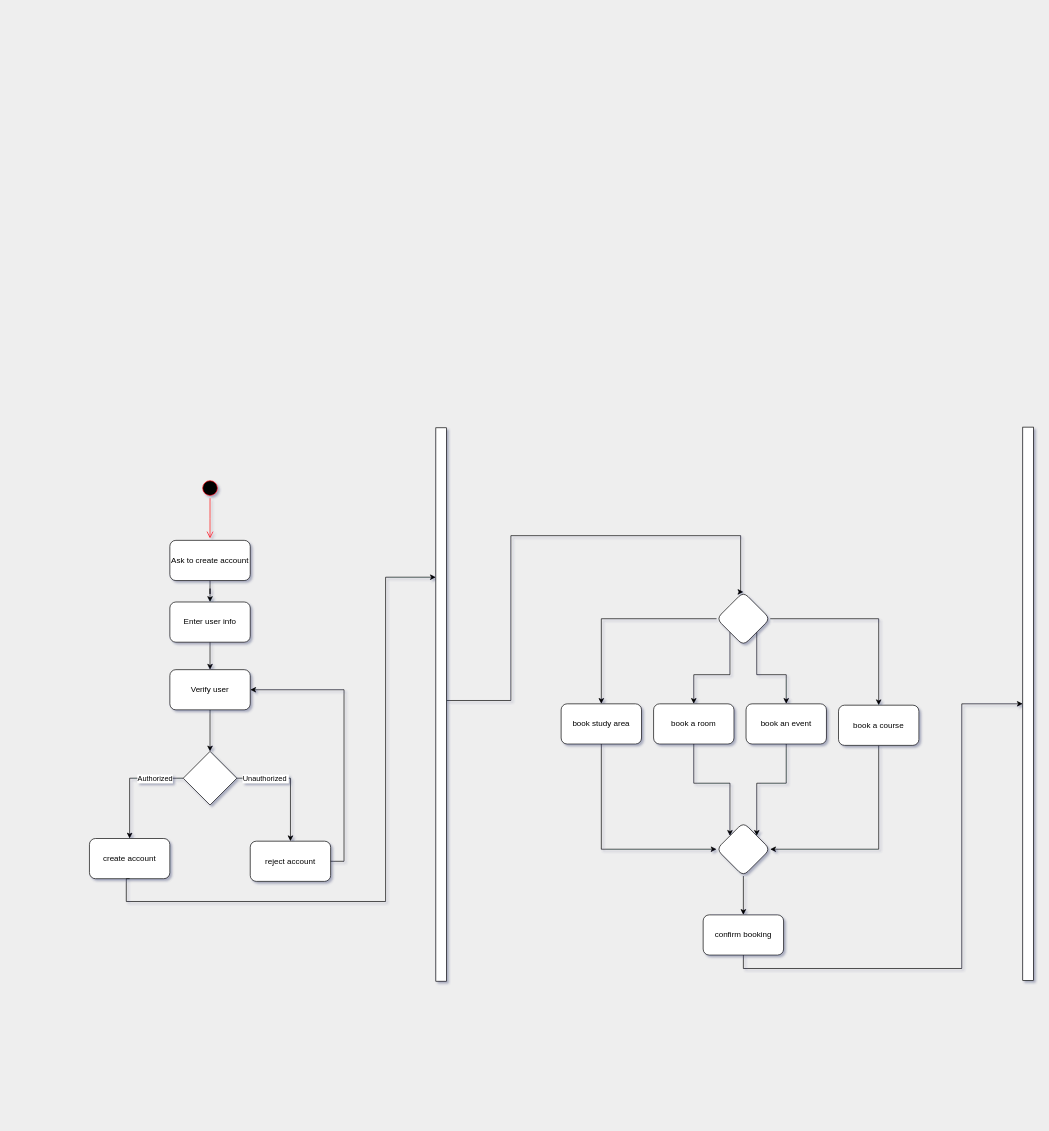
hassancodeanwar/Python_Pojects keeps this draw.io diagram as SchoolMSCalssDiagram.drawio. Above is the earlier version. Source tidied: cells renumbered, new cells numbered last; positions are measured from the earlier drawing's top-left corner, leaving out a move shared by most shapes. Both pictures are drawn from the tidied source at 67%, with x=0, y=0 at pixel (89, 427).
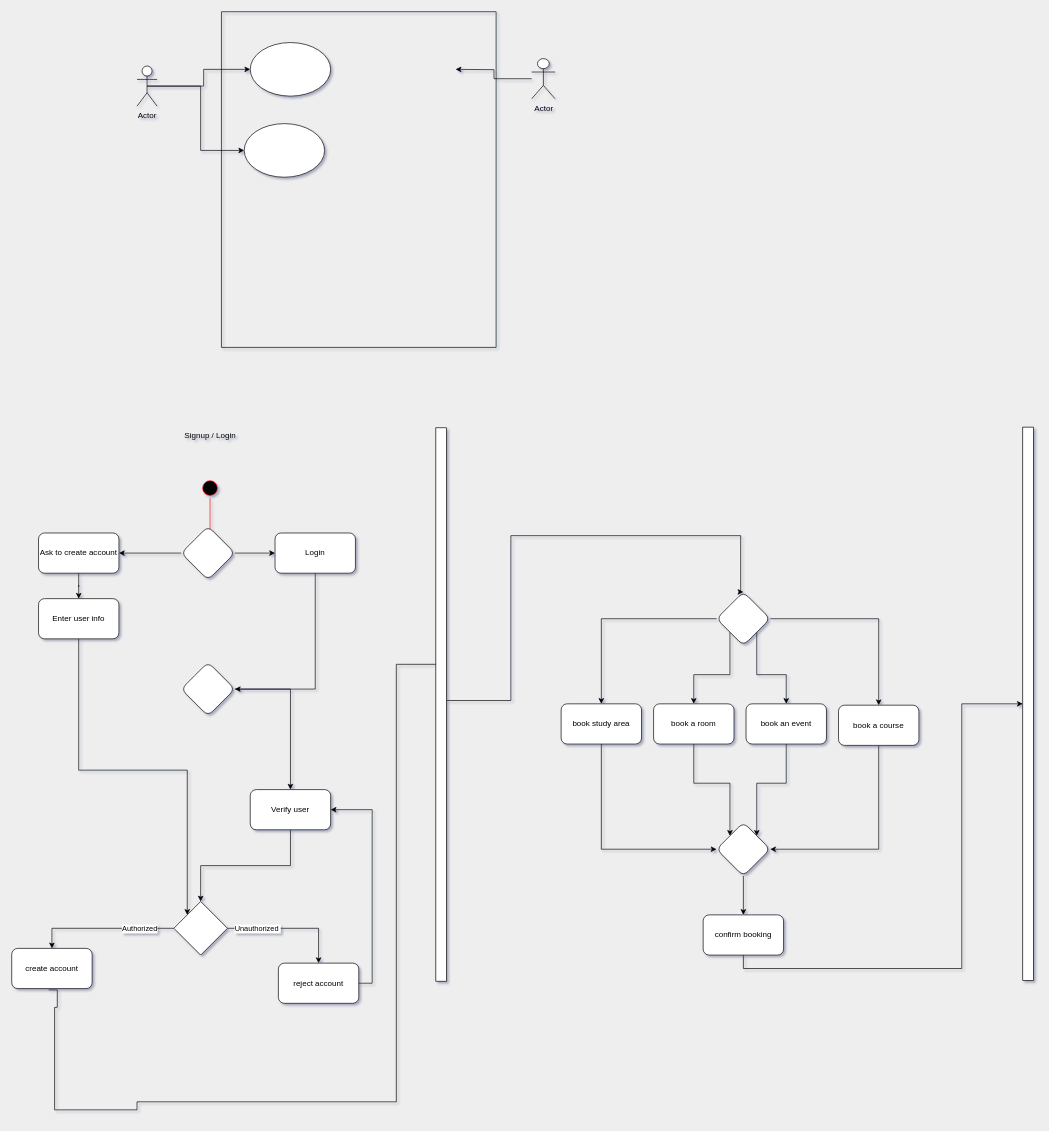
The same page after the edit.

Unchanged cells that the change refers to:
```xml
<mxCell id="37" style="html=1;points=[[0,0,0,0,5],[0,1,0,0,-5],[1,0,0,0,5],[1,1,0,0,-5]];perimeter=orthogonalPerimeter;outlineConnect=0;targetShapes=umlLifeline;portConstraint=eastwest;newEdgeStyle={&quot;curved&quot;:0,&quot;rounded&quot;:0};" parent="1" vertex="1">
  <mxGeometry x="517" y="1" width="16" height="826" as="geometry" />
</mxCell>
```

The edit, as a diff of the source:
```diff
@@
     <mxCell id="5" value="Ask to create account" style="rounded=1;whiteSpace=wrap;html=1;" parent="1" vertex="1">
-      <mxGeometry x="120" y="169" width="120" height="60" as="geometry" />
+      <mxGeometry x="-76" y="158" width="120" height="60" as="geometry" />
     </mxCell>
-    <mxCell id="6" style="edgeStyle=orthogonalEdgeStyle;rounded=0;jettySize=auto;html=1;exitX=0.5;exitY=1;exitDx=0;exitDy=0;" parent="1" edge="1" source="7" target="9">
+    <mxCell id="6" style="edgeStyle=orthogonalEdgeStyle;rounded=0;jettySize=auto;html=1;exitX=0.5;exitY=1;exitDx=0;exitDy=0;entryX=0;entryY=0;entryDx=0;entryDy=0;" parent="1" edge="1" source="7" target="14">
       <mxGeometry relative="1" as="geometry" />
     </mxCell>
     <mxCell id="7" value="Enter user info" style="rounded=1;whiteSpace=wrap;html=1;" parent="1" vertex="1">
-      <mxGeometry x="120" y="261" width="120" height="60" as="geometry" />
+      <mxGeometry x="-76" y="256" width="120" height="60" as="geometry" />
     </mxCell>
@@
     <mxCell id="9" value="Verify user" style="rounded=1;whiteSpace=wrap;html=1;" parent="1" vertex="1">
-      <mxGeometry x="120" y="362" width="120" height="60" as="geometry" />
+      <mxGeometry x="240" y="541" width="120" height="60" as="geometry" />
     </mxCell>
@@
     <mxCell id="14" style="rhombus;whiteSpace=wrap;html=1;" parent="1" vertex="1">
-      <mxGeometry x="140" y="484" width="80" height="80" as="geometry" />
+      <mxGeometry x="126" y="708" width="80" height="80" as="geometry" />
     </mxCell>
     <mxCell id="15" value="create account" style="rounded=1;whiteSpace=wrap;html=1;" parent="1" vertex="1">
-      <mxGeometry y="614" width="120" height="60" as="geometry" />
+      <mxGeometry x="-116" y="778" width="120" height="60" as="geometry" />
     </mxCell>
     <mxCell id="16" value="reject account" style="rounded=1;whiteSpace=wrap;html=1;" parent="1" vertex="1">
-      <mxGeometry x="240" y="618" width="120" height="60" as="geometry" />
+      <mxGeometry x="282" y="800" width="120" height="60" as="geometry" />
     </mxCell>
@@
-    <mxCell id="35" style="edgeStyle=orthogonalEdgeStyle;rounded=0;jettySize=auto;html=1;exitX=0.5;exitY=1;exitDx=0;exitDy=0;" parent="1" edge="1" source="15" target="37">
+    <mxCell id="35" style="edgeStyle=orthogonalEdgeStyle;rounded=0;orthogonalLoop=1;jettySize=auto;html=1;" parent="1" edge="1">
       <mxGeometry relative="1" as="geometry">
+        <mxPoint x="-61" y="840" as="sourcePoint" />
+        <mxPoint x="533" y="354" as="targetPoint" />
         <Array as="points">
-          <mxPoint x="55" y="674" />
-          <mxPoint x="55" y="708" />
-          <mxPoint x="442" y="708" />
-          <mxPoint x="442" y="224" />
+          <mxPoint x="-48" y="866" />
+          <mxPoint x="-52" y="866" />
+          <mxPoint x="-52" y="1019" />
+          <mxPoint x="71" y="1019" />
+          <mxPoint x="71" y="1007" />
+          <mxPoint x="458" y="1007" />
+          <mxPoint x="458" y="354" />
         </Array>
       </mxGeometry>
     </mxCell>
@@
+    <mxCell id="39" value="Signup / Login" style="text;html=1;align=center;verticalAlign=middle;strokeColor=none;fillColor=none;" parent="1" vertex="1">
+      <mxGeometry x="133" width="94" height="26" as="geometry" />
+    </mxCell>
+    <mxCell id="40" style="edgeStyle=orthogonalEdgeStyle;rounded=0;jettySize=auto;html=1;exitX=0;exitY=0.5;exitDx=0;exitDy=0;entryX=1;entryY=0.5;entryDx=0;entryDy=0;" parent="1" edge="1" source="42" target="5">
+      <mxGeometry relative="1" as="geometry" />
+    </mxCell>
+    <mxCell id="41" style="edgeStyle=orthogonalEdgeStyle;rounded=0;jettySize=auto;html=1;" parent="1" edge="1" source="42" target="44">
+      <mxGeometry relative="1" as="geometry" />
+    </mxCell>
+    <mxCell id="42" style="rhombus;whiteSpace=wrap;html=1;rounded=1;" parent="1" vertex="1">
+      <mxGeometry x="137" y="148" width="80" height="80" as="geometry" />
+    </mxCell>
+    <mxCell id="43" style="edgeStyle=orthogonalEdgeStyle;rounded=0;jettySize=auto;html=1;exitX=0.5;exitY=1;exitDx=0;exitDy=0;entryX=1;entryY=0.5;entryDx=0;entryDy=0;" parent="1" edge="1" source="44" target="46">
+      <mxGeometry relative="1" as="geometry" />
+    </mxCell>
+    <mxCell id="44" value="Login" style="whiteSpace=wrap;html=1;rounded=1;" parent="1" vertex="1">
+      <mxGeometry x="277" y="158" width="120" height="60" as="geometry" />
+    </mxCell>
+    <mxCell id="45" style="edgeStyle=orthogonalEdgeStyle;rounded=0;jettySize=auto;html=1;entryX=0.5;entryY=0;entryDx=0;entryDy=0;" parent="1" edge="1" source="46" target="9">
+      <mxGeometry relative="1" as="geometry" />
+    </mxCell>
+    <mxCell id="46" style="rhombus;whiteSpace=wrap;html=1;rounded=1;" parent="1" vertex="1">
+      <mxGeometry x="137" y="351" width="80" height="80" as="geometry" />
+    </mxCell>
+    <mxCell id="47" style="edgeStyle=orthogonalEdgeStyle;rounded=0;jettySize=auto;html=1;exitX=0.5;exitY=0.5;exitDx=0;exitDy=0;exitPerimeter=0;entryX=0;entryY=0.5;entryDx=0;entryDy=0;" parent="1" edge="1" source="49" target="51">
+      <mxGeometry relative="1" as="geometry" />
+    </mxCell>
+    <mxCell id="48" style="edgeStyle=orthogonalEdgeStyle;rounded=0;jettySize=auto;html=1;exitX=0.5;exitY=0.5;exitDx=0;exitDy=0;exitPerimeter=0;entryX=0;entryY=0.5;entryDx=0;entryDy=0;" parent="1" edge="1" source="49" target="52">
+      <mxGeometry relative="1" as="geometry" />
+    </mxCell>
+    <mxCell id="49" value="Actor" style="shape=umlActor;verticalLabelPosition=bottom;verticalAlign=top;html=1;" parent="1" vertex="1">
+      <mxGeometry x="71" y="-539" width="30" height="60" as="geometry" />
+    </mxCell>
+    <mxCell id="50" style="swimlane;startSize=0;" parent="1" vertex="1">
+      <mxGeometry x="197" y="-620" width="410" height="501" as="geometry" />
+    </mxCell>
+    <mxCell id="51" style="ellipse;whiteSpace=wrap;html=1;" parent="50" vertex="1">
+      <mxGeometry x="43" y="46" width="120" height="80" as="geometry" />
+    </mxCell>
+    <mxCell id="52" style="ellipse;whiteSpace=wrap;html=1;" parent="50" vertex="1">
+      <mxGeometry x="34" y="167" width="120" height="80" as="geometry" />
+    </mxCell>
+    <mxCell id="53" style="edgeStyle=orthogonalEdgeStyle;rounded=0;jettySize=auto;html=1;" parent="1" edge="1" source="54">
+      <mxGeometry relative="1" as="geometry">
+        <mxPoint x="546.5" y="-534" as="targetPoint" />
+      </mxGeometry>
+    </mxCell>
+    <mxCell id="54" value="Actor" style="shape=umlActor;verticalLabelPosition=bottom;verticalAlign=top;html=1;" parent="1" vertex="1">
+      <mxGeometry x="660" y="-550" width="35" height="60" as="geometry" />
+    </mxCell>
```
